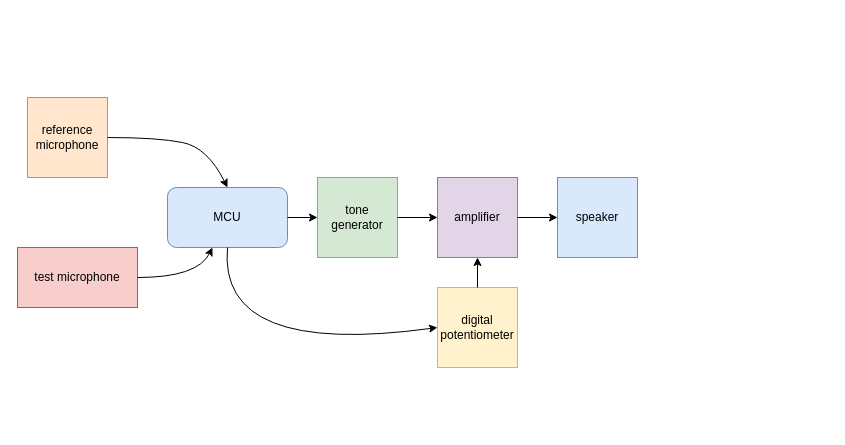
Before: gozaresh/Untitled Diagram.drawio in ali-ghazi78/audiometer, a draw.io diagram. Source tidied: cells renumbered, new cells numbered last; positions are measured from the earlier drawing's top-left corner, leaving out a move shared by most shapes. Both pictures are drawn from the tidied source at 100%, with x=0, y=0 at pixel (17, 97). Pictures stored in the file or linked from it are replaced by grey dashed boxes.
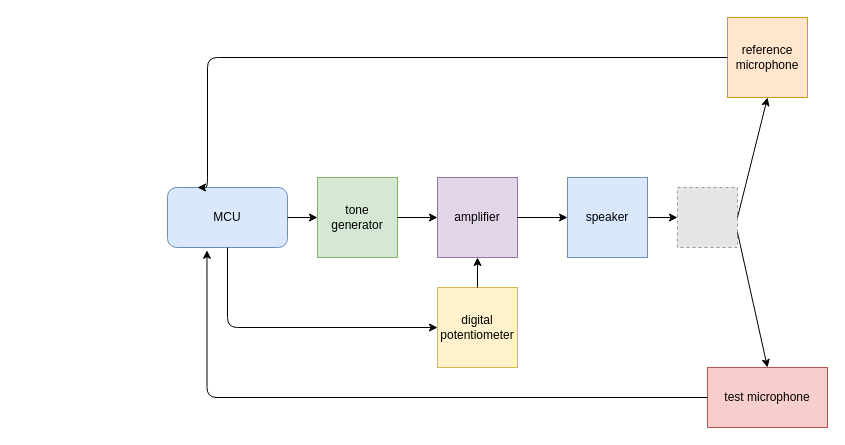
The same diagram, later.

Unchanged cells that the change refers to:
```xml
<mxCell id="2" value="MCU" style="rounded=1;whiteSpace=wrap;html=1;fillColor=#dae8fc;strokeColor=#6c8ebf;" parent="1" vertex="1">
  <mxGeometry x="150" y="90" width="120" height="60" as="geometry" />
</mxCell>
<mxCell id="6" value="tone generator" style="whiteSpace=wrap;html=1;fillColor=#d5e8d4;strokeColor=#82b366;" parent="1" vertex="1">
  <mxGeometry x="300" y="80" width="80" height="80" as="geometry" />
</mxCell>
<mxCell id="8" value="digital potentiometer" style="whiteSpace=wrap;html=1;fillColor=#fff2cc;strokeColor=#d6b656;" parent="1" vertex="1">
  <mxGeometry x="420" y="190" width="80" height="80" as="geometry" />
</mxCell>
```

The edit, as a diff of the source:
```diff
@@
     <mxCell id="3" value="reference microphone" style="whiteSpace=wrap;html=1;fillColor=#ffe6cc;strokeColor=#d79b00;" parent="1" vertex="1">
-      <mxGeometry x="10" width="80" height="80" as="geometry" />
+      <mxGeometry x="710" y="-80" width="80" height="80" as="geometry" />
     </mxCell>
     <mxCell id="4" value="test microphone" style="rounded=0;whiteSpace=wrap;html=1;fillColor=#f8cecc;strokeColor=#b85450;" parent="1" vertex="1">
-      <mxGeometry y="150" width="120" height="60" as="geometry" />
+      <mxGeometry x="690" y="270" width="120" height="60" as="geometry" />
     </mxCell>
     <mxCell id="5" value="speaker" style="whiteSpace=wrap;html=1;fillColor=#dae8fc;strokeColor=#6c8ebf;" parent="1" vertex="1">
-      <mxGeometry x="540" y="80" width="80" height="80" as="geometry" />
+      <mxGeometry x="550" y="80" width="80" height="80" as="geometry" />
     </mxCell>
@@
-    <mxCell id="9" style="curved=1;endArrow=classic;html=1;exitX=0.5;exitY=1;exitDx=0;exitDy=0;entryX=0;entryY=0.5;entryDx=0;entryDy=0;" parent="1" edge="1" source="2" target="8">
-      <mxGeometry relative="1" as="geometry">
-        <Array as="points">
-          <mxPoint x="200" y="260" />
-        </Array>
-      </mxGeometry>
-    </mxCell>
@@
+    <mxCell id="15" style="endArrow=classic;html=1;exitX=1;exitY=0.5;exitDx=0;exitDy=0;entryX=0;entryY=0.5;entryDx=0;entryDy=0;" parent="1" edge="1" source="2" target="6">
+      <mxGeometry relative="1" as="geometry" />
+    </mxCell>
-    <mxCell id="13" style="curved=1;endArrow=classic;html=1;exitX=1;exitY=0.5;exitDx=0;exitDy=0;entryX=0.5;entryY=0;entryDx=0;entryDy=0;" parent="1" edge="1" source="3" target="2">
+    <mxCell id="13" style="edgeStyle=segmentEdgeStyle;endArrow=classic;html=1;exitX=0;exitY=0.5;exitDx=0;exitDy=0;entryX=0.25;entryY=0;entryDx=0;entryDy=0;" parent="1" edge="1" source="3" target="2">
       <mxGeometry relative="1" as="geometry">
         <Array as="points">
-          <mxPoint x="140" y="40" />
-          <mxPoint x="190" y="50" />
+          <mxPoint x="190" y="-40" />
+          <mxPoint x="190" y="90" />
         </Array>
       </mxGeometry>
     </mxCell>
-    <mxCell id="14" style="curved=1;endArrow=classic;html=1;exitX=1;exitY=0.5;exitDx=0;exitDy=0;" parent="1" edge="1" source="4" target="2">
+    <mxCell id="14" style="edgeStyle=segmentEdgeStyle;endArrow=classic;html=1;entryX=0.329;entryY=1.046;entryDx=0;entryDy=0;entryPerimeter=0;exitX=0;exitY=0.5;exitDx=0;exitDy=0;" parent="1" edge="1" source="4" target="2">
       <mxGeometry relative="1" as="geometry">
         <Array as="points">
-          <mxPoint x="180" y="180" />
+          <mxPoint x="189" y="300" />
         </Array>
       </mxGeometry>
     </mxCell>
-    <mxCell id="15" style="endArrow=classic;html=1;exitX=1;exitY=0.5;exitDx=0;exitDy=0;entryX=0;entryY=0.5;entryDx=0;entryDy=0;" parent="1" edge="1" source="2" target="6">
-      <mxGeometry relative="1" as="geometry" />
-    </mxCell>
+    <mxCell id="9" style="edgeStyle=segmentEdgeStyle;endArrow=classic;html=1;exitX=0.5;exitY=1;exitDx=0;exitDy=0;" parent="1" edge="1" source="2" target="8">
+      <mxGeometry relative="1" as="geometry">
+        <Array as="points">
+          <mxPoint x="210" y="230" />
+        </Array>
+      </mxGeometry>
+    </mxCell>
+    <mxCell id="16" style="fillColor=#E6E6E6;strokeColor=#999999;dashed=1;html=1;verticalAlign=top;verticalLabelPosition=bottom;labelBackgroundColor=#ffffff;" parent="1" vertex="1">
+      <mxGeometry x="660" y="90" width="60" height="60" as="geometry" />
+    </mxCell>
+    <mxCell id="17" style="endArrow=classic;html=1;exitX=1;exitY=0.5;exitDx=0;exitDy=0;entryX=0.5;entryY=1;entryDx=0;entryDy=0;" parent="1" edge="1" source="16" target="3">
+      <mxGeometry relative="1" as="geometry" />
+    </mxCell>
+    <mxCell id="18" style="endArrow=classic;html=1;exitX=1;exitY=0.75;exitDx=0;exitDy=0;entryX=0.5;entryY=0;entryDx=0;entryDy=0;" parent="1" edge="1" source="16" target="4">
+      <mxGeometry relative="1" as="geometry" />
+    </mxCell>
+    <mxCell id="19" style="endArrow=classic;html=1;entryX=0;entryY=0.5;entryDx=0;entryDy=0;" parent="1" edge="1" target="16">
+      <mxGeometry relative="1" as="geometry">
+        <mxPoint x="631" y="120" as="sourcePoint" />
+      </mxGeometry>
+    </mxCell>
```
